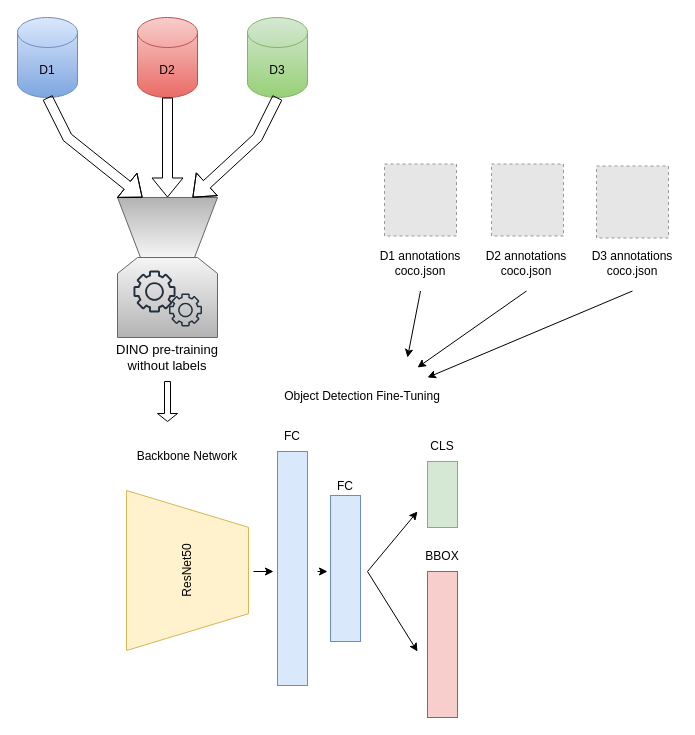
Above: docs/Untitled Diagram.drawio in karunpr1/solo-learn (draw.io), before the change. Source tidied: cells renumbered, new cells numbered last; positions are measured from the earlier drawing's top-left corner, leaving out a move shared by most shapes. Both pictures are drawn from the tidied source at 100%, with x=0, y=0 at pixel (17, 17). Pictures stored in the file or linked from it are replaced by grey dashed boxes.
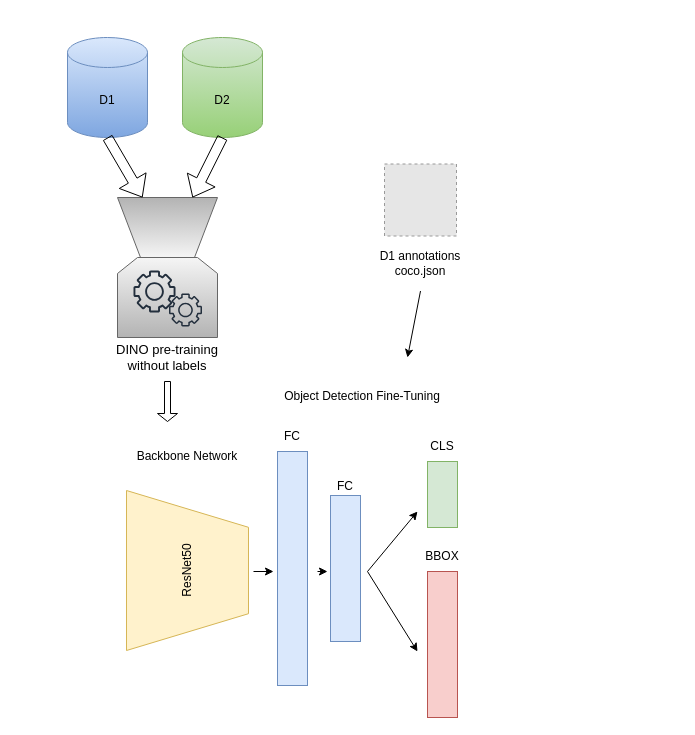
After the change.

Unchanged cells that the change refers to:
```xml
<mxCell id="5" style="verticalLabelPosition=middle;verticalAlign=middle;html=1;shape=trapezoid;perimeter=trapezoidPerimeter;whiteSpace=wrap;size=0.23;arcSize=10;flipV=1;labelPosition=center;align=center;fillColor=#f5f5f5;gradientColor=#b3b3b3;strokeColor=#666666;" parent="1" vertex="1">
  <mxGeometry x="100" y="180" width="100" height="60" as="geometry" />
</mxCell>
```

Change to the diagram source:
```diff
@@
     <mxCell id="2" value="D1" style="shape=cylinder3;whiteSpace=wrap;html=1;boundedLbl=1;backgroundOutline=1;size=15;fillColor=#dae8fc;strokeColor=#6c8ebf;gradientColor=#7ea6e0;" parent="1" vertex="1">
-      <mxGeometry width="60" height="80" as="geometry" />
+      <mxGeometry x="50" y="20" width="80" height="100" as="geometry" />
     </mxCell>
-    <mxCell id="3" value="D2" style="shape=cylinder3;whiteSpace=wrap;html=1;boundedLbl=1;backgroundOutline=1;size=15;fillColor=#f8cecc;gradientColor=#ea6b66;strokeColor=#b85450;" parent="1" vertex="1">
-      <mxGeometry x="120" width="60" height="80" as="geometry" />
-    </mxCell>
-    <mxCell id="4" value="D3" style="shape=cylinder3;whiteSpace=wrap;html=1;boundedLbl=1;backgroundOutline=1;size=15;fillColor=#d5e8d4;gradientColor=#97d077;strokeColor=#82b366;" parent="1" vertex="1">
-      <mxGeometry x="230" width="60" height="80" as="geometry" />
+    <mxCell id="4" value="D2" style="shape=cylinder3;whiteSpace=wrap;html=1;boundedLbl=1;backgroundOutline=1;size=15;fillColor=#d5e8d4;gradientColor=#97d077;strokeColor=#82b366;" parent="1" vertex="1">
+      <mxGeometry x="165" y="20" width="80" height="100" as="geometry" />
     </mxCell>
@@
     <mxCell id="9" style="shape=flexArrow;endArrow=classic;html=1;rounded=0;exitX=0.5;exitY=1;exitDx=0;exitDy=0;exitPerimeter=0;entryX=0.25;entryY=0;entryDx=0;entryDy=0;" parent="1" edge="1" source="2" target="5">
-      <mxGeometry relative="1" as="geometry">
-        <Array as="points">
-          <mxPoint x="50" y="120" />
-        </Array>
-      </mxGeometry>
+      <mxGeometry relative="1" as="geometry" />
     </mxCell>
-    <mxCell id="10" style="shape=flexArrow;endArrow=classic;html=1;rounded=0;exitX=0.5;exitY=1;exitDx=0;exitDy=0;exitPerimeter=0;entryX=0.5;entryY=0;entryDx=0;entryDy=0;" parent="1" edge="1" source="3" target="5">
-      <mxGeometry relative="1" as="geometry" />
-    </mxCell>
     <mxCell id="11" style="shape=flexArrow;endArrow=classic;html=1;rounded=0;exitX=0.5;exitY=1;exitDx=0;exitDy=0;exitPerimeter=0;entryX=0.75;entryY=0;entryDx=0;entryDy=0;" parent="1" edge="1" source="4" target="5">
-      <mxGeometry relative="1" as="geometry">
-        <Array as="points">
-          <mxPoint x="240" y="120" />
-        </Array>
-      </mxGeometry>
+      <mxGeometry relative="1" as="geometry" />
     </mxCell>
@@
-    <mxCell id="31" style="fillColor=#E6E6E6;strokeColor=#999999;dashed=1;html=1;verticalAlign=top;verticalLabelPosition=bottom;labelBackgroundColor=#ffffff;" parent="1" vertex="1">
-      <mxGeometry x="579" y="148.5" width="72" height="72" as="geometry" />
-    </mxCell>
-    <mxCell id="32" value="D3 annotations coco.json" style="text;html=1;align=center;verticalAlign=middle;whiteSpace=wrap;rounded=0;" parent="1" vertex="1">
-      <mxGeometry x="570" y="217.5" width="90" height="56" as="geometry" />
-    </mxCell>
-    <mxCell id="33" style="fillColor=#E6E6E6;strokeColor=#999999;dashed=1;html=1;verticalAlign=top;verticalLabelPosition=bottom;labelBackgroundColor=#ffffff;" parent="1" vertex="1">
-      <mxGeometry x="474" y="146.5" width="72" height="72" as="geometry" />
-    </mxCell>
-    <mxCell id="34" value="D2 annotations coco.json" style="text;html=1;align=center;verticalAlign=middle;whiteSpace=wrap;rounded=0;" parent="1" vertex="1">
-      <mxGeometry x="464" y="217.5" width="90" height="56" as="geometry" />
-    </mxCell>
@@
-    <mxCell id="36" style="endArrow=classic;html=1;rounded=0;exitX=0.5;exitY=1;exitDx=0;exitDy=0;" parent="1" edge="1" source="34">
-      <mxGeometry relative="1" as="geometry">
-        <mxPoint x="400" y="350" as="targetPoint" />
-      </mxGeometry>
-    </mxCell>
-    <mxCell id="37" style="endArrow=classic;html=1;rounded=0;exitX=0.5;exitY=1;exitDx=0;exitDy=0;" parent="1" edge="1" source="32">
-      <mxGeometry relative="1" as="geometry">
-        <mxPoint x="410" y="360" as="targetPoint" />
-      </mxGeometry>
-    </mxCell>
```
